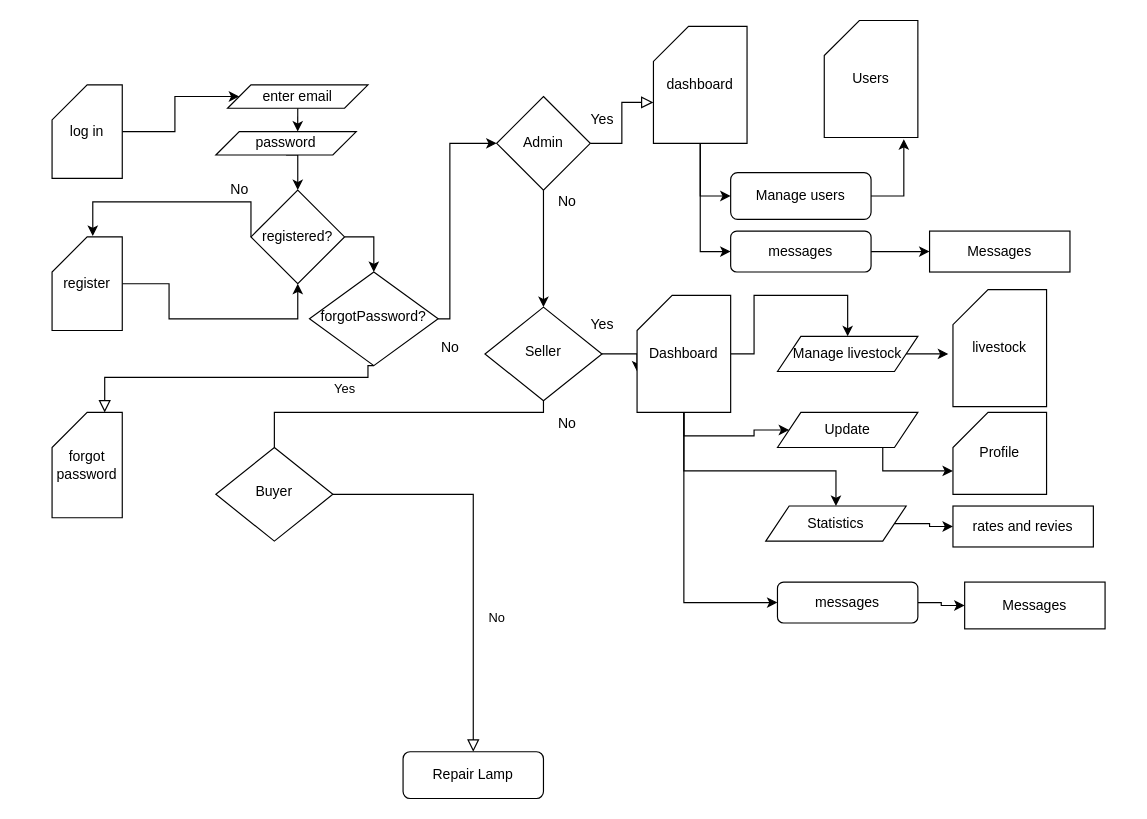
This is Database/Untitled Diagram.drawio from Ravhugoni/Thengazonke, a draw.io file, before an edit. Source tidied: cells renumbered, new cells numbered last; positions are measured from the earlier drawing's top-left corner, leaving out a move shared by most shapes. Both pictures are drawn from the tidied source at 117%, with x=0, y=0 at pixel (51, 20).
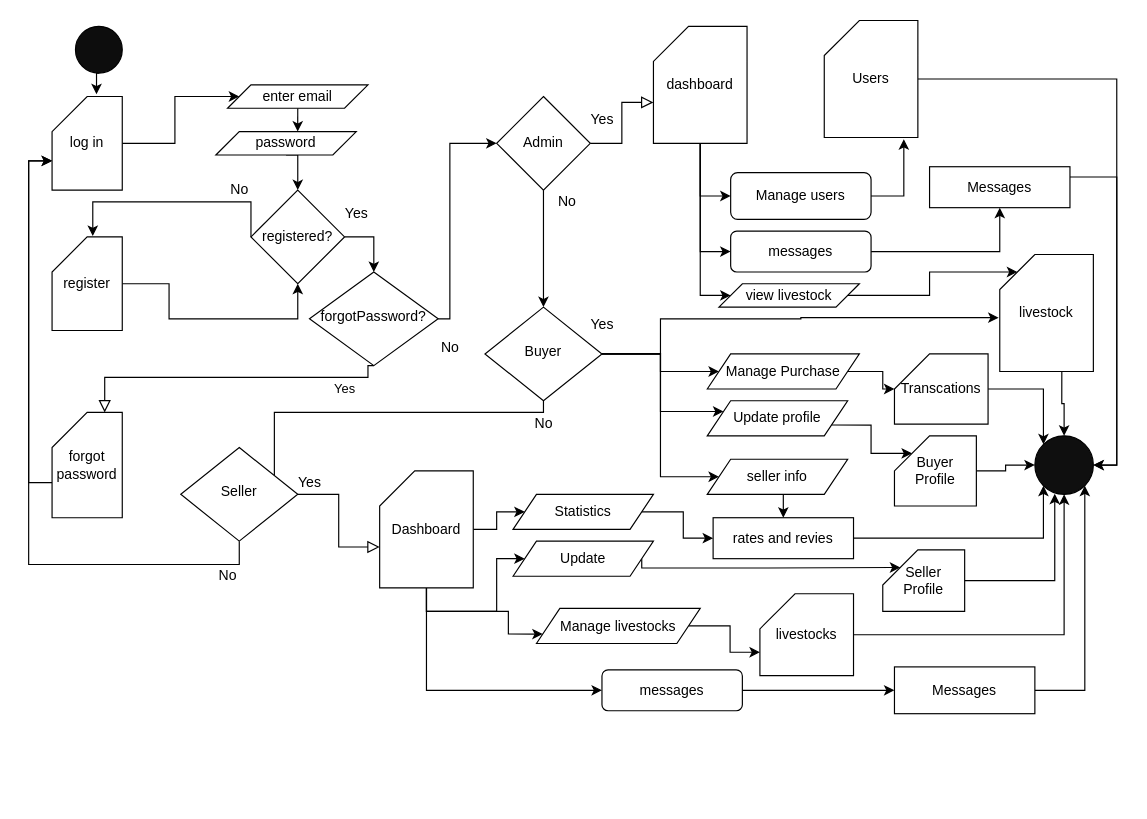
Above is the later version.

Unchanged cells that the change refers to:
```xml
<mxCell id="16" value="dashboard" style="shape=card;whiteSpace=wrap;html=1;" parent="1" vertex="1">
  <mxGeometry x="514" y="5" width="80" height="100" as="geometry" />
</mxCell>
<mxCell id="28" value="forgot password" style="shape=card;whiteSpace=wrap;html=1;" parent="1" vertex="1">
  <mxGeometry y="335" width="60" height="90" as="geometry" />
</mxCell>
<mxCell id="33" value="Users" style="shape=card;whiteSpace=wrap;html=1;" parent="1" vertex="1">
  <mxGeometry x="660" width="80" height="100" as="geometry" />
</mxCell>
```

The edit, as a diff of the source:
```diff
@@
-    <mxCell id="6" value="No" style="rounded=0;html=1;jettySize=auto;fontSize=11;endArrow=block;endFill=0;endSize=8;strokeWidth=1;shadow=0;labelBackgroundColor=none;edgeStyle=orthogonalEdgeStyle;startArrow=none;" parent="1" edge="1" source="20" target="9">
+    <mxCell id="6" style="rounded=0;html=1;jettySize=auto;fontSize=11;endArrow=block;endFill=0;endSize=8;strokeWidth=1;shadow=0;labelBackgroundColor=none;edgeStyle=orthogonalEdgeStyle;startArrow=none;entryX=0;entryY=0;entryDx=0;entryDy=65;entryPerimeter=0;" parent="1" edge="1" source="20" target="45">
       <mxGeometry x="0.33" y="20" relative="1" as="geometry" />
     </mxCell>
-    <mxCell id="7" style="edgeStyle=orthogonalEdgeStyle;rounded=0;jettySize=auto;html=1;exitX=1;exitY=0.5;exitDx=0;exitDy=0;entryX=0;entryY=0;entryDx=0;entryDy=65;entryPerimeter=0;" parent="1" edge="1" source="8" target="45">
-      <mxGeometry relative="1" as="geometry" />
+    <mxCell id="7" style="edgeStyle=orthogonalEdgeStyle;rounded=0;jettySize=auto;html=1;exitX=1;exitY=0.5;exitDx=0;exitDy=0;entryX=-0.012;entryY=0.54;entryDx=0;entryDy=0;entryPerimeter=0;" parent="1" edge="1" source="8" target="39">
+      <mxGeometry relative="1" as="geometry">
+        <Array as="points">
+          <mxPoint x="520" y="285" />
+          <mxPoint x="520" y="255" />
+          <mxPoint x="640" y="255" />
+          <mxPoint x="640" y="254" />
+        </Array>
+      </mxGeometry>
     </mxCell>
+    <mxCell id="58" style="edgeStyle=orthogonalEdgeStyle;rounded=0;jettySize=auto;html=1;exitX=1;exitY=0.5;exitDx=0;exitDy=0;entryX=0;entryY=0.5;entryDx=0;entryDy=0;" parent="1" edge="1" source="8" target="76">
+      <mxGeometry relative="1" as="geometry">
+        <Array as="points">
+          <mxPoint x="520" y="285" />
+          <mxPoint x="520" y="300" />
+        </Array>
+      </mxGeometry>
+    </mxCell>
+    <mxCell id="59" style="edgeStyle=orthogonalEdgeStyle;rounded=0;jettySize=auto;html=1;exitX=1;exitY=0.5;exitDx=0;exitDy=0;entryX=0;entryY=0.5;entryDx=0;entryDy=0;" parent="1" edge="1" source="8" target="83">
+      <mxGeometry relative="1" as="geometry">
+        <Array as="points">
+          <mxPoint x="520" y="285" />
+          <mxPoint x="520" y="390" />
+        </Array>
+      </mxGeometry>
+    </mxCell>
+    <mxCell id="60" style="edgeStyle=orthogonalEdgeStyle;rounded=0;jettySize=auto;html=1;exitX=1;exitY=0.5;exitDx=0;exitDy=0;entryX=0;entryY=0.25;entryDx=0;entryDy=0;" parent="1" edge="1" source="8" target="81">
+      <mxGeometry relative="1" as="geometry">
+        <Array as="points">
+          <mxPoint x="520" y="285" />
+          <mxPoint x="520" y="334" />
+        </Array>
+      </mxGeometry>
+    </mxCell>
-    <mxCell id="8" value="Seller" style="rhombus;whiteSpace=wrap;html=1;shadow=0;fontFamily=Helvetica;fontSize=12;align=center;strokeWidth=1;spacing=6;spacingTop=-4;" parent="1" vertex="1">
+    <mxCell id="8" value="Buyer" style="rhombus;whiteSpace=wrap;html=1;shadow=0;fontFamily=Helvetica;fontSize=12;align=center;strokeWidth=1;spacing=6;spacingTop=-4;" parent="1" vertex="1">
       <mxGeometry x="370" y="245" width="100" height="80" as="geometry" />
     </mxCell>
-    <mxCell id="9" value="Repair Lamp" style="rounded=1;whiteSpace=wrap;html=1;fontSize=12;glass=0;strokeWidth=1;shadow=0;" parent="1" vertex="1">
-      <mxGeometry x="300" y="625" width="120" height="40" as="geometry" />
-    </mxCell>
@@
     <mxCell id="11" value="log in" style="shape=card;whiteSpace=wrap;html=1;" parent="1" vertex="1">
-      <mxGeometry y="55" width="60" height="80" as="geometry" />
+      <mxGeometry y="65" width="60" height="80" as="geometry" />
     </mxCell>
@@
+    <mxCell id="61" style="edgeStyle=orthogonalEdgeStyle;rounded=0;jettySize=auto;html=1;exitX=0.5;exitY=1;exitDx=0;exitDy=0;exitPerimeter=0;entryX=0;entryY=0.5;entryDx=0;entryDy=0;" parent="1" edge="1" source="16" target="94">
+      <mxGeometry relative="1" as="geometry">
+        <Array as="points">
+          <mxPoint x="554" y="235" />
+        </Array>
+      </mxGeometry>
+    </mxCell>
@@
+    <mxCell id="62" style="edgeStyle=orthogonalEdgeStyle;rounded=0;jettySize=auto;html=1;exitX=0.5;exitY=1;exitDx=0;exitDy=0;entryX=0;entryY=0;entryDx=0;entryDy=55;entryPerimeter=0;" parent="1" edge="1" source="20" target="11">
+      <mxGeometry relative="1" as="geometry" />
+    </mxCell>
-    <mxCell id="20" value="Buyer" style="rhombus;whiteSpace=wrap;html=1;shadow=0;fontFamily=Helvetica;fontSize=12;align=center;strokeWidth=1;spacing=6;spacingTop=-4;" parent="1" vertex="1">
-      <mxGeometry x="140" y="365" width="100" height="80" as="geometry" />
+    <mxCell id="20" value="Seller" style="rhombus;whiteSpace=wrap;html=1;shadow=0;fontFamily=Helvetica;fontSize=12;align=center;strokeWidth=1;spacing=6;spacingTop=-4;" parent="1" vertex="1">
+      <mxGeometry x="110" y="365" width="100" height="80" as="geometry" />
     </mxCell>
@@
+    <mxCell id="63" style="edgeStyle=orthogonalEdgeStyle;rounded=0;jettySize=auto;html=1;exitX=0;exitY=0;exitDx=0;exitDy=60;exitPerimeter=0;entryX=0;entryY=0;entryDx=0;entryDy=55;entryPerimeter=0;" parent="1" edge="1" source="28" target="11">
+      <mxGeometry relative="1" as="geometry" />
+    </mxCell>
@@
+    <mxCell id="64" style="edgeStyle=orthogonalEdgeStyle;rounded=0;jettySize=auto;html=1;exitX=1;exitY=0.5;exitDx=0;exitDy=0;exitPerimeter=0;entryX=1;entryY=0.5;entryDx=0;entryDy=0;" parent="1" edge="1" source="33" target="84">
+      <mxGeometry relative="1" as="geometry" />
+    </mxCell>
@@
+    <mxCell id="65" style="edgeStyle=orthogonalEdgeStyle;rounded=0;jettySize=auto;html=1;exitX=1;exitY=0.25;exitDx=0;exitDy=0;entryX=1;entryY=0.5;entryDx=0;entryDy=0;" parent="1" edge="1" source="36" target="84">
+      <mxGeometry relative="1" as="geometry" />
+    </mxCell>
     <mxCell id="36" value="Messages" style="rounded=0;whiteSpace=wrap;html=1;" parent="1" vertex="1">
-      <mxGeometry x="750" y="180" width="120" height="35" as="geometry" />
+      <mxGeometry x="750" y="125" width="120" height="35" as="geometry" />
     </mxCell>
@@
+    <mxCell id="66" style="edgeStyle=orthogonalEdgeStyle;rounded=0;jettySize=auto;html=1;exitX=0.663;exitY=0.99;exitDx=0;exitDy=0;exitPerimeter=0;entryX=0.5;entryY=0;entryDx=0;entryDy=0;" parent="1" edge="1" source="39" target="84">
+      <mxGeometry relative="1" as="geometry" />
+    </mxCell>
     <mxCell id="39" value="livestock" style="shape=card;whiteSpace=wrap;html=1;" parent="1" vertex="1">
-      <mxGeometry x="770" y="230" width="80" height="100" as="geometry" />
+      <mxGeometry x="810" y="200" width="80" height="100" as="geometry" />
     </mxCell>
@@
-    <mxCell id="43" style="edgeStyle=orthogonalEdgeStyle;rounded=0;jettySize=auto;html=1;exitX=1;exitY=0.5;exitDx=0;exitDy=0;exitPerimeter=0;entryX=0.5;entryY=0;entryDx=0;entryDy=0;" parent="1" edge="1" source="45" target="47">
-      <mxGeometry relative="1" as="geometry">
-        <Array as="points">
-          <mxPoint x="600" y="285" />
-          <mxPoint x="600" y="235" />
-          <mxPoint x="680" y="235" />
-        </Array>
-      </mxGeometry>
-    </mxCell>
-    <mxCell id="44" style="edgeStyle=orthogonalEdgeStyle;rounded=0;jettySize=auto;html=1;exitX=0.5;exitY=1;exitDx=0;exitDy=0;exitPerimeter=0;entryX=0.5;entryY=0;entryDx=0;entryDy=0;" parent="1" edge="1" source="45" target="56">
-      <mxGeometry relative="1" as="geometry">
-        <Array as="points">
-          <mxPoint x="540" y="385" />
-          <mxPoint x="670" y="385" />
-        </Array>
-      </mxGeometry>
+    <mxCell id="44" style="edgeStyle=orthogonalEdgeStyle;rounded=0;jettySize=auto;html=1;exitX=1;exitY=0.5;exitDx=0;exitDy=0;exitPerimeter=0;entryX=0;entryY=0.5;entryDx=0;entryDy=0;" parent="1" edge="1" source="45" target="56">
+      <mxGeometry relative="1" as="geometry" />
     </mxCell>
+    <mxCell id="67" style="edgeStyle=orthogonalEdgeStyle;rounded=0;jettySize=auto;html=1;exitX=0.5;exitY=1;exitDx=0;exitDy=0;exitPerimeter=0;entryX=0;entryY=0.75;entryDx=0;entryDy=0;" parent="1" edge="1" source="45" target="90">
+      <mxGeometry relative="1" as="geometry">
+        <Array as="points">
+          <mxPoint x="320" y="505" />
+          <mxPoint x="390" y="505" />
+          <mxPoint x="390" y="524" />
+        </Array>
+      </mxGeometry>
+    </mxCell>
     <mxCell id="45" value="Dashboard" style="shape=card;whiteSpace=wrap;html=1;" parent="1" vertex="1">
-      <mxGeometry x="500" y="235" width="80" height="100" as="geometry" />
+      <mxGeometry x="280" y="385" width="80" height="100" as="geometry" />
     </mxCell>
-    <mxCell id="46" style="edgeStyle=orthogonalEdgeStyle;rounded=0;jettySize=auto;html=1;exitX=1;exitY=0.5;exitDx=0;exitDy=0;entryX=-0.05;entryY=0.55;entryDx=0;entryDy=0;entryPerimeter=0;" parent="1" edge="1" source="47" target="39">
-      <mxGeometry relative="1" as="geometry" />
-    </mxCell>
-    <mxCell id="47" value="Manage livestock" style="shape=parallelogram;perimeter=parallelogramPerimeter;whiteSpace=wrap;html=1;fixedSize=1;" parent="1" vertex="1">
-      <mxGeometry x="620" y="270" width="120" height="30" as="geometry" />
-    </mxCell>
-    <mxCell id="48" style="edgeStyle=orthogonalEdgeStyle;rounded=0;jettySize=auto;html=1;exitX=0.75;exitY=1;exitDx=0;exitDy=0;entryX=0;entryY=0;entryDx=0;entryDy=50;entryPerimeter=0;" parent="1" edge="1" source="49" target="54">
-      <mxGeometry relative="1" as="geometry" />
-    </mxCell>
+    <mxCell id="68" style="edgeStyle=orthogonalEdgeStyle;rounded=0;jettySize=auto;html=1;exitX=1;exitY=0.5;exitDx=0;exitDy=0;entryX=0;entryY=0;entryDx=15;entryDy=15;entryPerimeter=0;" parent="1" edge="1" source="49" target="92">
+      <mxGeometry relative="1" as="geometry">
+        <Array as="points">
+          <mxPoint x="504" y="468" />
+          <mxPoint x="612" y="468" />
+        </Array>
+      </mxGeometry>
+    </mxCell>
     <mxCell id="49" value="Update" style="shape=parallelogram;perimeter=parallelogramPerimeter;whiteSpace=wrap;html=1;fixedSize=1;" parent="1" vertex="1">
-      <mxGeometry x="620" y="335" width="120" height="30" as="geometry" />
+      <mxGeometry x="394" y="445" width="120" height="30" as="geometry" />
     </mxCell>
+    <mxCell id="69" style="edgeStyle=orthogonalEdgeStyle;rounded=0;jettySize=auto;html=1;exitX=1;exitY=0.5;exitDx=0;exitDy=0;entryX=0;entryY=1;entryDx=0;entryDy=0;" parent="1" edge="1" source="50" target="84">
+      <mxGeometry relative="1" as="geometry" />
+    </mxCell>
     <mxCell id="50" value="rates and revies" style="rounded=0;whiteSpace=wrap;html=1;" parent="1" vertex="1">
-      <mxGeometry x="770" y="415" width="120" height="35" as="geometry" />
+      <mxGeometry x="565" y="425" width="120" height="35" as="geometry" />
     </mxCell>
@@
     <mxCell id="52" value="messages" style="rounded=1;whiteSpace=wrap;html=1;" parent="1" vertex="1">
-      <mxGeometry x="620" y="480" width="120" height="35" as="geometry" />
+      <mxGeometry x="470" y="555" width="120" height="35" as="geometry" />
     </mxCell>
+    <mxCell id="70" style="edgeStyle=orthogonalEdgeStyle;rounded=0;jettySize=auto;html=1;exitX=1;exitY=0.5;exitDx=0;exitDy=0;entryX=1;entryY=1;entryDx=0;entryDy=0;" parent="1" edge="1" source="53" target="84">
+      <mxGeometry relative="1" as="geometry" />
+    </mxCell>
     <mxCell id="53" value="Messages" style="rounded=0;whiteSpace=wrap;html=1;" parent="1" vertex="1">
-      <mxGeometry x="780" y="480" width="120" height="40" as="geometry" />
+      <mxGeometry x="720" y="552.5" width="120" height="40" as="geometry" />
     </mxCell>
-    <mxCell id="54" value="Profile" style="shape=card;whiteSpace=wrap;html=1;" parent="1" vertex="1">
-      <mxGeometry x="770" y="335" width="80" height="70" as="geometry" />
-    </mxCell>
@@
     <mxCell id="56" value="Statistics" style="shape=parallelogram;perimeter=parallelogramPerimeter;whiteSpace=wrap;html=1;fixedSize=1;" parent="1" vertex="1">
-      <mxGeometry x="610" y="415" width="120" height="30" as="geometry" />
+      <mxGeometry x="394" y="405" width="120" height="30" as="geometry" />
     </mxCell>
     <mxCell id="57" value="No" style="text;html=1;align=center;verticalAlign=middle;strokeColor=none;fillColor=none;" parent="1" vertex="1">
-      <mxGeometry x="420" y="330" width="40" height="30" as="geometry" />
+      <mxGeometry x="400" y="330" width="40" height="30" as="geometry" />
     </mxCell>
+    <mxCell id="71" value="Yes" style="text;html=1;align=center;verticalAlign=middle;strokeColor=none;fillColor=none;" parent="1" vertex="1">
+      <mxGeometry x="240" y="150" width="40" height="30" as="geometry" />
+    </mxCell>
+    <mxCell id="72" style="edgeStyle=orthogonalEdgeStyle;rounded=0;jettySize=auto;html=1;exitX=0.5;exitY=1;exitDx=0;exitDy=0;entryX=0.633;entryY=-0.025;entryDx=0;entryDy=0;entryPerimeter=0;" parent="1" edge="1" source="73" target="11">
+      <mxGeometry relative="1" as="geometry" />
+    </mxCell>
+    <mxCell id="73" style="ellipse;whiteSpace=wrap;html=1;fillColor=#0D0D0D;" parent="1" vertex="1">
+      <mxGeometry x="20" y="5" width="40" height="40" as="geometry" />
+    </mxCell>
+    <mxCell id="74" value="Yes" style="text;html=1;align=center;verticalAlign=middle;strokeColor=none;fillColor=none;" parent="1" vertex="1">
+      <mxGeometry x="200" y="380" width="40" height="30" as="geometry" />
+    </mxCell>
+    <mxCell id="75" style="edgeStyle=orthogonalEdgeStyle;rounded=0;jettySize=auto;html=1;exitX=1;exitY=0.5;exitDx=0;exitDy=0;entryX=0;entryY=0;entryDx=0;entryDy=30;entryPerimeter=0;" parent="1" edge="1" source="76" target="78">
+      <mxGeometry relative="1" as="geometry" />
+    </mxCell>
+    <mxCell id="76" value="Manage Purchase" style="shape=parallelogram;perimeter=parallelogramPerimeter;whiteSpace=wrap;html=1;fixedSize=1;" parent="1" vertex="1">
+      <mxGeometry x="560" y="285" width="130" height="30" as="geometry" />
+    </mxCell>
+    <mxCell id="77" style="edgeStyle=orthogonalEdgeStyle;rounded=0;jettySize=auto;html=1;exitX=1;exitY=0.5;exitDx=0;exitDy=0;exitPerimeter=0;entryX=0;entryY=0;entryDx=0;entryDy=0;" parent="1" edge="1" source="78" target="84">
+      <mxGeometry relative="1" as="geometry" />
+    </mxCell>
+    <mxCell id="78" value="Transcations" style="shape=card;whiteSpace=wrap;html=1;" parent="1" vertex="1">
+      <mxGeometry x="720" y="285" width="80" height="60" as="geometry" />
+    </mxCell>
+    <mxCell id="79" value="No" style="text;html=1;align=center;verticalAlign=middle;strokeColor=none;fillColor=none;" parent="1" vertex="1">
+      <mxGeometry x="130" y="460" width="40" height="30" as="geometry" />
+    </mxCell>
+    <mxCell id="80" style="edgeStyle=orthogonalEdgeStyle;rounded=0;jettySize=auto;html=1;exitX=1;exitY=0.75;exitDx=0;exitDy=0;entryX=0;entryY=0;entryDx=15;entryDy=15;entryPerimeter=0;" parent="1" edge="1" source="81" target="86">
+      <mxGeometry relative="1" as="geometry" />
+    </mxCell>
+    <mxCell id="81" value="Update profile" style="shape=parallelogram;perimeter=parallelogramPerimeter;whiteSpace=wrap;html=1;fixedSize=1;" parent="1" vertex="1">
+      <mxGeometry x="560" y="325" width="120" height="30" as="geometry" />
+    </mxCell>
+    <mxCell id="82" style="edgeStyle=orthogonalEdgeStyle;rounded=0;jettySize=auto;html=1;exitX=0.5;exitY=1;exitDx=0;exitDy=0;entryX=0.5;entryY=0;entryDx=0;entryDy=0;" parent="1" edge="1" source="83" target="50">
+      <mxGeometry relative="1" as="geometry" />
+    </mxCell>
+    <mxCell id="83" value="seller info" style="shape=parallelogram;perimeter=parallelogramPerimeter;whiteSpace=wrap;html=1;fixedSize=1;" parent="1" vertex="1">
+      <mxGeometry x="560" y="375" width="120" height="30" as="geometry" />
+    </mxCell>
+    <mxCell id="84" style="ellipse;whiteSpace=wrap;html=1;fillColor=#0F0F0F;" parent="1" vertex="1">
+      <mxGeometry x="840" y="355" width="50" height="50" as="geometry" />
+    </mxCell>
+    <mxCell id="85" style="edgeStyle=orthogonalEdgeStyle;rounded=0;jettySize=auto;html=1;exitX=1;exitY=0.5;exitDx=0;exitDy=0;exitPerimeter=0;entryX=0;entryY=0.5;entryDx=0;entryDy=0;" parent="1" edge="1" source="86" target="84">
+      <mxGeometry relative="1" as="geometry" />
+    </mxCell>
+    <mxCell id="86" value="Buyer Profile" style="shape=card;whiteSpace=wrap;html=1;" parent="1" vertex="1">
+      <mxGeometry x="720" y="355" width="70" height="60" as="geometry" />
+    </mxCell>
+    <mxCell id="87" style="edgeStyle=orthogonalEdgeStyle;rounded=0;jettySize=auto;html=1;exitX=1;exitY=0.5;exitDx=0;exitDy=0;exitPerimeter=0;entryX=0.5;entryY=1;entryDx=0;entryDy=0;" parent="1" edge="1" source="88" target="84">
+      <mxGeometry relative="1" as="geometry" />
+    </mxCell>
+    <mxCell id="88" value="livestocks" style="shape=card;whiteSpace=wrap;html=1;" parent="1" vertex="1">
+      <mxGeometry x="605" y="490" width="80" height="70" as="geometry" />
+    </mxCell>
+    <mxCell id="89" style="edgeStyle=orthogonalEdgeStyle;rounded=0;jettySize=auto;html=1;exitX=1;exitY=0.5;exitDx=0;exitDy=0;entryX=0;entryY=0;entryDx=0;entryDy=50;entryPerimeter=0;" parent="1" edge="1" source="90" target="88">
+      <mxGeometry relative="1" as="geometry" />
+    </mxCell>
+    <mxCell id="90" value="Manage livestocks" style="shape=parallelogram;perimeter=parallelogramPerimeter;whiteSpace=wrap;html=1;fixedSize=1;" parent="1" vertex="1">
+      <mxGeometry x="414" y="502.5" width="140" height="30" as="geometry" />
+    </mxCell>
+    <mxCell id="91" style="edgeStyle=orthogonalEdgeStyle;rounded=0;jettySize=auto;html=1;exitX=1;exitY=0.5;exitDx=0;exitDy=0;exitPerimeter=0;entryX=0.34;entryY=0.99;entryDx=0;entryDy=0;entryPerimeter=0;" parent="1" edge="1" source="92" target="84">
+      <mxGeometry relative="1" as="geometry" />
+    </mxCell>
+    <mxCell id="92" value="Seller Profile" style="shape=card;whiteSpace=wrap;html=1;" parent="1" vertex="1">
+      <mxGeometry x="710" y="452.5" width="70" height="52.5" as="geometry" />
+    </mxCell>
+    <mxCell id="93" style="edgeStyle=orthogonalEdgeStyle;rounded=0;jettySize=auto;html=1;exitX=1;exitY=0.5;exitDx=0;exitDy=0;entryX=0;entryY=0;entryDx=15;entryDy=15;entryPerimeter=0;" parent="1" edge="1" source="94" target="39">
+      <mxGeometry relative="1" as="geometry" />
+    </mxCell>
+    <mxCell id="94" value="view livestock" style="shape=parallelogram;perimeter=parallelogramPerimeter;whiteSpace=wrap;html=1;fixedSize=1;fillColor=#FFFFFF;" parent="1" vertex="1">
+      <mxGeometry x="570" y="225" width="120" height="20" as="geometry" />
+    </mxCell>
```
